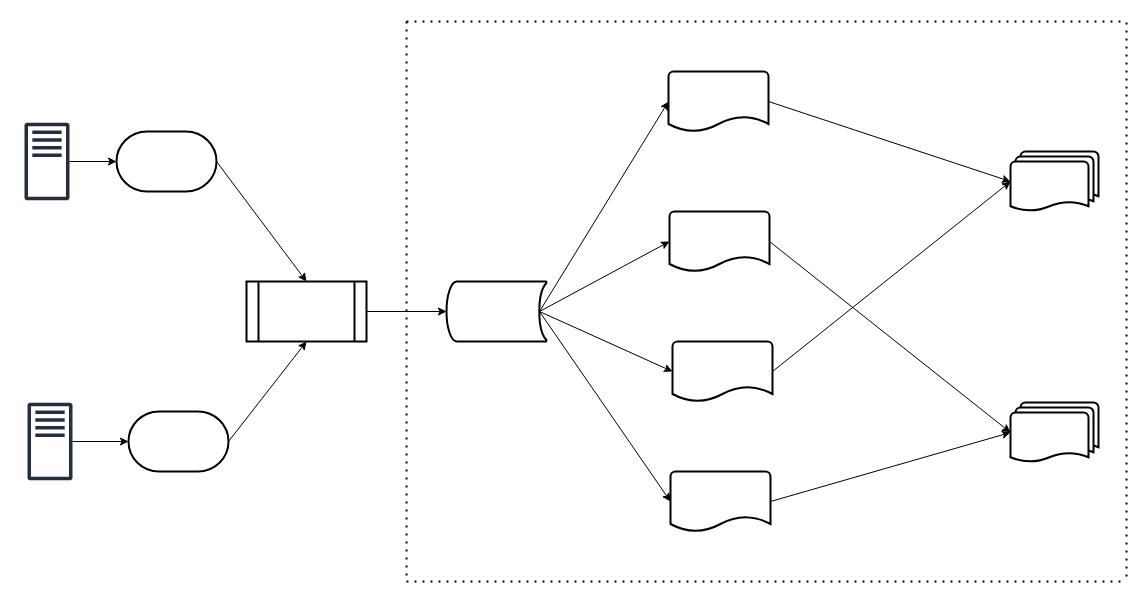
caihuayu0322/drawio-github keeps this draw.io diagram as Untitled Diagram.drawio. Above is the earlier version. Source tidied: cells renumbered, new cells numbered last; positions are measured from the earlier drawing's top-left corner, leaving out a move shared by most shapes. Both pictures are drawn from the tidied source at 100%, with x=0, y=0 at pixel (24, 16).
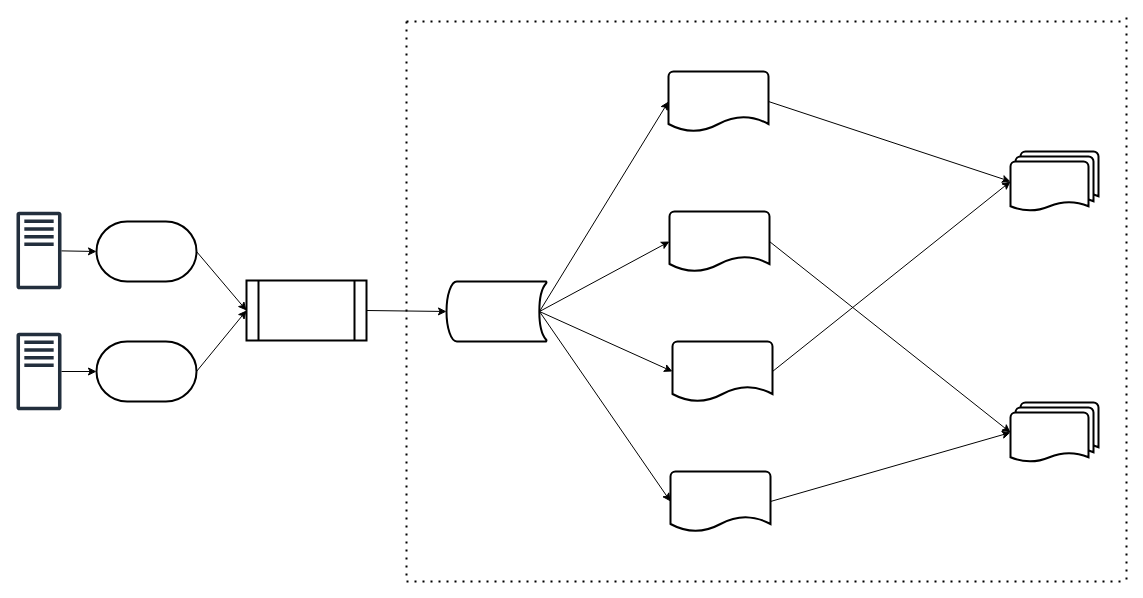
After the change.

Diff of the diagram source:
```diff
@@
     <mxCell id="2" style="sketch=0;outlineConnect=0;fontColor=#232F3E;gradientColor=none;fillColor=#232F3D;strokeColor=none;dashed=0;verticalLabelPosition=bottom;verticalAlign=top;align=center;html=1;fontSize=12;fontStyle=0;shape=mxgraph.aws4.traditional_server;" parent="1" vertex="1">
-      <mxGeometry y="106" width="45" height="78" as="geometry" />
+      <mxGeometry x="-8" y="195" width="45" height="78" as="geometry" />
     </mxCell>
     <mxCell id="3" style="sketch=0;outlineConnect=0;fontColor=#232F3E;gradientColor=none;fillColor=#232F3D;strokeColor=none;dashed=0;verticalLabelPosition=bottom;verticalAlign=top;align=center;html=1;fontSize=12;fontStyle=0;shape=mxgraph.aws4.traditional_server;" parent="1" vertex="1">
-      <mxGeometry x="3" y="386" width="45" height="78" as="geometry" />
+      <mxGeometry x="-8" y="316" width="45" height="78" as="geometry" />
     </mxCell>
@@
     <mxCell id="5" style="strokeWidth=2;html=1;shape=mxgraph.flowchart.terminator;whiteSpace=wrap;" parent="1" vertex="1">
-      <mxGeometry x="92" y="115" width="100" height="60" as="geometry" />
+      <mxGeometry x="72" y="205" width="100" height="60" as="geometry" />
     </mxCell>
     <mxCell id="6" style="strokeWidth=2;html=1;shape=mxgraph.flowchart.terminator;whiteSpace=wrap;" parent="1" vertex="1">
-      <mxGeometry x="104" y="395" width="100" height="60" as="geometry" />
+      <mxGeometry x="72" y="325" width="100" height="60" as="geometry" />
     </mxCell>
-    <mxCell id="7" style="endArrow=classic;html=1;rounded=0;entryX=0.5;entryY=1;entryDx=0;entryDy=0;exitX=1;exitY=0.5;exitDx=0;exitDy=0;exitPerimeter=0;" parent="1" edge="1" source="6" target="29">
+    <mxCell id="7" style="endArrow=classic;html=1;rounded=0;entryX=0;entryY=0.5;entryDx=0;entryDy=0;exitX=1;exitY=0.5;exitDx=0;exitDy=0;exitPerimeter=0;" parent="1" edge="1" source="6" target="29">
       <mxGeometry relative="1" as="geometry" />
     </mxCell>
-    <mxCell id="8" style="endArrow=classic;html=1;rounded=0;exitX=1;exitY=0.5;exitDx=0;exitDy=0;exitPerimeter=0;entryX=0.5;entryY=0;entryDx=0;entryDy=0;" parent="1" edge="1" source="5" target="29">
+    <mxCell id="8" style="endArrow=classic;html=1;rounded=0;exitX=1;exitY=0.5;exitDx=0;exitDy=0;exitPerimeter=0;entryX=0;entryY=0.5;entryDx=0;entryDy=0;" parent="1" edge="1" source="5" target="29">
       <mxGeometry relative="1" as="geometry" />
     </mxCell>
@@
     <mxCell id="28" style="endArrow=none;dashed=1;html=1;dashPattern=1 3;strokeWidth=2;rounded=0;" parent="1" edge="1">
       <mxGeometry relative="1" as="geometry">
-        <mxPoint x="1102" y="560" as="sourcePoint" />
+        <mxPoint x="1102" y="563" as="sourcePoint" />
         <mxPoint x="1102" as="targetPoint" />
       </mxGeometry>
     </mxCell>
     <mxCell id="29" style="shape=process;whiteSpace=wrap;html=1;backgroundOutline=1;strokeWidth=2;" parent="1" vertex="1">
-      <mxGeometry x="222" y="265" width="120" height="60" as="geometry" />
+      <mxGeometry x="222" y="264" width="120" height="60" as="geometry" />
     </mxCell>
```
